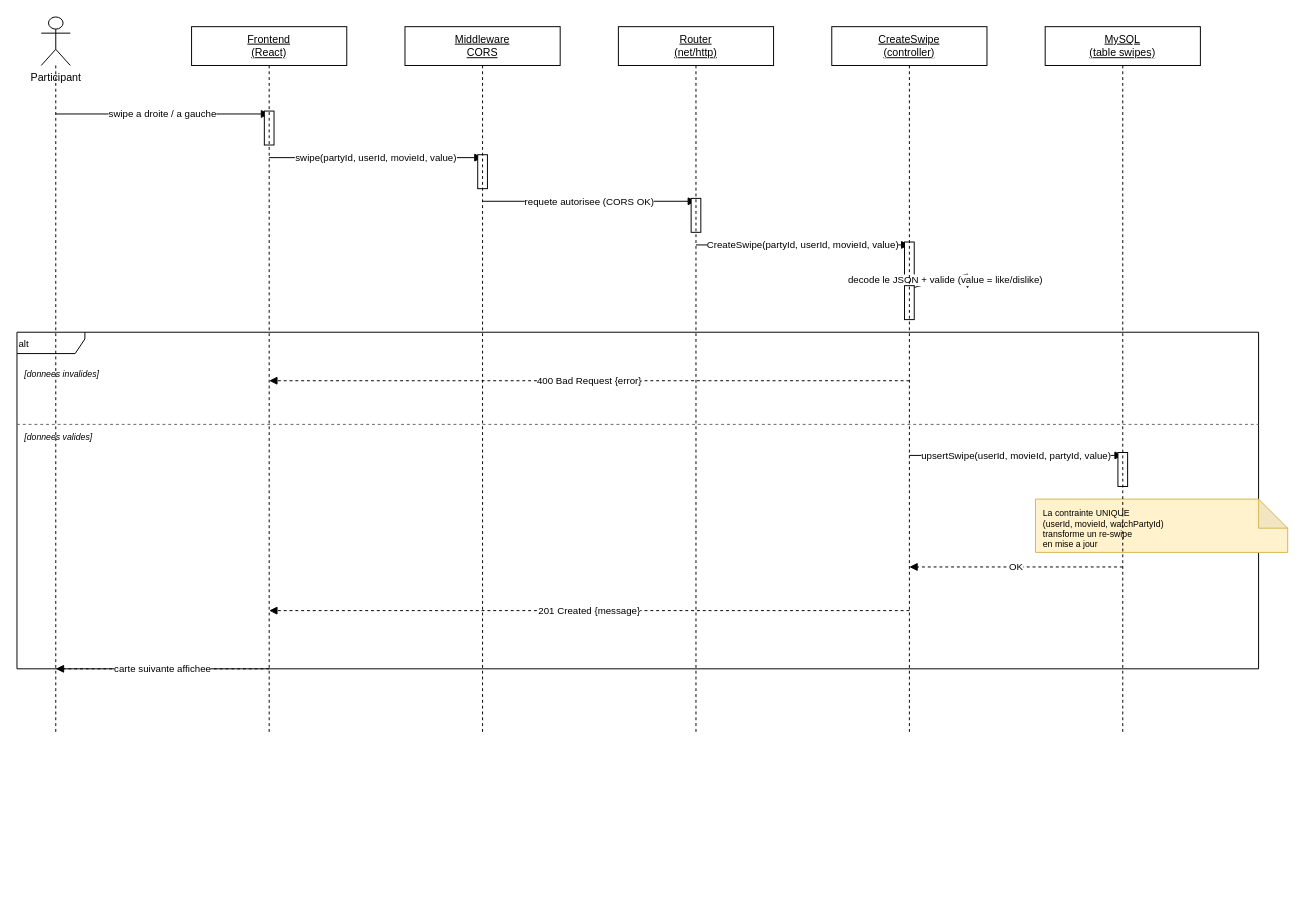
Before: docs/uml/drawio/sequence_swipe.drawio in fatymut/watchparty, a draw.io diagram. Source tidied: cells renumbered, new cells numbered last; positions are measured from the earlier drawing's top-left corner, leaving out a move shared by most shapes. Both pictures are drawn from the tidied source at 97%, with x=0, y=0 at pixel (16, 16).
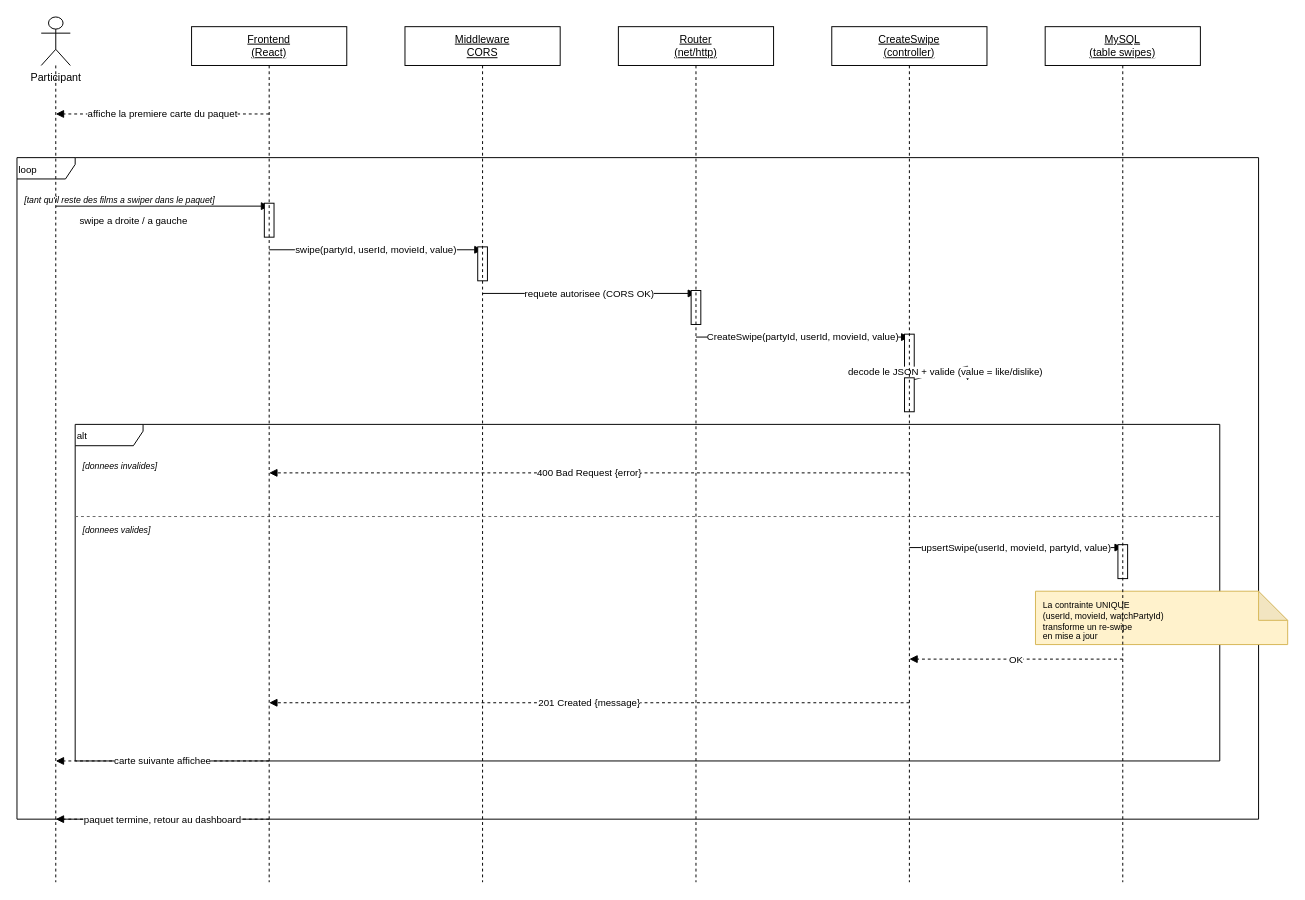
Above is the later version.

Diff of the diagram source:
```diff
@@
-    <mxCell id="8" value="swipe a droite / a gauche" style="html=1;endArrow=block;endFill=1;fontSize=10;" parent="1" edge="1">
+    <mxCell id="8" value="affiche la premiere carte du paquet" style="html=1;endArrow=block;endFill=1;fontSize=10;dashed=1;" parent="1" edge="1">
       <mxGeometry relative="1" as="geometry">
-        <mxPoint x="40" y="100" as="sourcePoint" />
-        <mxPoint x="260" y="100" as="targetPoint" />
+        <mxPoint x="260" y="100" as="sourcePoint" />
+        <mxPoint x="40" y="100" as="targetPoint" />
       </mxGeometry>
     </mxCell>
-    <mxCell id="9" style="html=1;whiteSpace=wrap;fillColor=#ffffff;strokeColor=#000000;" parent="1" vertex="1">
-      <mxGeometry x="255" y="97" width="10" height="35" as="geometry" />
+    <mxCell id="9" value="loop" style="shape=umlFrame;whiteSpace=wrap;html=1;fillColor=none;fontSize=10;align=left;verticalAlign=top;width=60;height=22;" parent="1" vertex="1">
+      <mxGeometry y="145" width="1280" height="682" as="geometry" />
     </mxCell>
-    <mxCell id="10" value="swipe(partyId, userId, movieId, value)" style="html=1;endArrow=block;endFill=1;fontSize=10;" parent="1" edge="1">
-      <mxGeometry relative="1" as="geometry">
-        <mxPoint x="260" y="145" as="sourcePoint" />
-        <mxPoint x="480" y="145" as="targetPoint" />
-      </mxGeometry>
+    <mxCell id="10" value="[tant qu'il reste des films a swiper dans le paquet]" style="text;html=1;fontStyle=2;fontSize=9;align=left;verticalAlign=top;" parent="1" vertex="1">
+      <mxGeometry x="6" y="177" width="400" height="16" as="geometry" />
     </mxCell>
-    <mxCell id="11" style="html=1;whiteSpace=wrap;fillColor=#ffffff;strokeColor=#000000;" parent="1" vertex="1">
-      <mxGeometry x="475" y="142" width="10" height="35" as="geometry" />
+    <mxCell id="11" value="swipe a droite / a gauche" style="html=1;endArrow=block;endFill=1;fontSize=10;" parent="1" edge="1">
+      <mxGeometry x="-0.27" y="-15" relative="1" as="geometry">
+        <mxPoint x="40" y="195" as="sourcePoint" />
+        <mxPoint x="260" y="195" as="targetPoint" />
+      </mxGeometry>
     </mxCell>
-    <mxCell id="12" value="requete autorisee (CORS OK)" style="html=1;endArrow=block;endFill=1;fontSize=10;" parent="1" edge="1">
-      <mxGeometry relative="1" as="geometry">
-        <mxPoint x="480" y="190" as="sourcePoint" />
-        <mxPoint x="700" y="190" as="targetPoint" />
-      </mxGeometry>
+    <mxCell id="12" style="html=1;whiteSpace=wrap;fillColor=#ffffff;strokeColor=#000000;" parent="1" vertex="1">
+      <mxGeometry x="255" y="192" width="10" height="35" as="geometry" />
     </mxCell>
-    <mxCell id="13" style="html=1;whiteSpace=wrap;fillColor=#ffffff;strokeColor=#000000;" parent="1" vertex="1">
-      <mxGeometry x="695" y="187" width="10" height="35" as="geometry" />
+    <mxCell id="13" value="swipe(partyId, userId, movieId, value)" style="html=1;endArrow=block;endFill=1;fontSize=10;" parent="1" edge="1">
+      <mxGeometry relative="1" as="geometry">
+        <mxPoint x="260" y="240" as="sourcePoint" />
+        <mxPoint x="480" y="240" as="targetPoint" />
+      </mxGeometry>
     </mxCell>
-    <mxCell id="14" value="CreateSwipe(partyId, userId, movieId, value)" style="html=1;endArrow=block;endFill=1;fontSize=10;" parent="1" edge="1">
-      <mxGeometry relative="1" as="geometry">
-        <mxPoint x="700" y="235" as="sourcePoint" />
-        <mxPoint x="920" y="235" as="targetPoint" />
-      </mxGeometry>
+    <mxCell id="14" style="html=1;whiteSpace=wrap;fillColor=#ffffff;strokeColor=#000000;" parent="1" vertex="1">
+      <mxGeometry x="475" y="237" width="10" height="35" as="geometry" />
     </mxCell>
-    <mxCell id="15" style="html=1;whiteSpace=wrap;fillColor=#ffffff;strokeColor=#000000;" parent="1" vertex="1">
-      <mxGeometry x="915" y="232" width="10" height="35" as="geometry" />
+    <mxCell id="15" value="requete autorisee (CORS OK)" style="html=1;endArrow=block;endFill=1;fontSize=10;" parent="1" edge="1">
+      <mxGeometry relative="1" as="geometry">
+        <mxPoint x="480" y="285" as="sourcePoint" />
+        <mxPoint x="700" y="285" as="targetPoint" />
+      </mxGeometry>
     </mxCell>
-    <mxCell id="16" value="decode le JSON + valide (value = like/dislike)" style="html=1;endArrow=block;endFill=1;fontSize=10;rounded=0;" parent="1" edge="1">
-      <mxGeometry relative="1" as="geometry">
-        <mxPoint x="920" y="280" as="sourcePoint" />
-        <mxPoint x="980" y="280" as="targetPoint" />
-        <Array as="points">
-          <mxPoint x="980" y="265" />
-        </Array>
-      </mxGeometry>
+    <mxCell id="16" style="html=1;whiteSpace=wrap;fillColor=#ffffff;strokeColor=#000000;" parent="1" vertex="1">
+      <mxGeometry x="695" y="282" width="10" height="35" as="geometry" />
     </mxCell>
-    <mxCell id="17" style="html=1;whiteSpace=wrap;fillColor=#ffffff;strokeColor=#000000;" parent="1" vertex="1">
-      <mxGeometry x="915" y="277" width="10" height="35" as="geometry" />
+    <mxCell id="17" value="CreateSwipe(partyId, userId, movieId, value)" style="html=1;endArrow=block;endFill=1;fontSize=10;" parent="1" edge="1">
+      <mxGeometry relative="1" as="geometry">
+        <mxPoint x="700" y="330" as="sourcePoint" />
+        <mxPoint x="920" y="330" as="targetPoint" />
+      </mxGeometry>
     </mxCell>
-    <mxCell id="18" value="alt" style="shape=umlFrame;whiteSpace=wrap;html=1;fillColor=none;fontSize=10;align=left;verticalAlign=top;width=70;height=22;" parent="1" vertex="1">
-      <mxGeometry y="325" width="1280" height="347" as="geometry" />
+    <mxCell id="18" style="html=1;whiteSpace=wrap;fillColor=#ffffff;strokeColor=#000000;" parent="1" vertex="1">
+      <mxGeometry x="915" y="327" width="10" height="35" as="geometry" />
     </mxCell>
-    <mxCell id="19" value="[donnees invalides]" style="text;html=1;fontStyle=2;fontSize=9;align=left;verticalAlign=top;" parent="1" vertex="1">
-      <mxGeometry x="6" y="357" width="400" height="16" as="geometry" />
+    <mxCell id="19" value="decode le JSON + valide (value = like/dislike)" style="html=1;endArrow=block;endFill=1;fontSize=10;rounded=0;" parent="1" edge="1">
+      <mxGeometry relative="1" as="geometry">
+        <mxPoint x="920" y="375" as="sourcePoint" />
+        <mxPoint x="980" y="375" as="targetPoint" />
+        <Array as="points">
+          <mxPoint x="980" y="360" />
+        </Array>
+      </mxGeometry>
     </mxCell>
-    <mxCell id="20" value="400 Bad Request {error}" style="html=1;endArrow=block;endFill=1;fontSize=10;dashed=1;" parent="1" edge="1">
-      <mxGeometry relative="1" as="geometry">
-        <mxPoint x="920" y="375" as="sourcePoint" />
-        <mxPoint x="260" y="375" as="targetPoint" />
-      </mxGeometry>
+    <mxCell id="20" style="html=1;whiteSpace=wrap;fillColor=#ffffff;strokeColor=#000000;" parent="1" vertex="1">
+      <mxGeometry x="915" y="372" width="10" height="35" as="geometry" />
     </mxCell>
-    <mxCell id="21" style="html=1;endArrow=none;startArrow=none;dashed=1;strokeColor=#666666;" parent="1" edge="1">
-      <mxGeometry relative="1" as="geometry">
-        <mxPoint y="420" as="sourcePoint" />
-        <mxPoint x="1280" y="420" as="targetPoint" />
-      </mxGeometry>
+    <mxCell id="21" value="alt" style="shape=umlFrame;whiteSpace=wrap;html=1;fillColor=none;fontSize=10;align=left;verticalAlign=top;width=70;height=22;" parent="1" vertex="1">
+      <mxGeometry x="60" y="420" width="1180" height="347" as="geometry" />
     </mxCell>
-    <mxCell id="22" value="[donnees valides]" style="text;html=1;fontStyle=2;fontSize=9;align=left;verticalAlign=top;" parent="1" vertex="1">
-      <mxGeometry x="6" y="422" width="1268" height="16" as="geometry" />
+    <mxCell id="22" value="[donnees invalides]" style="text;html=1;fontStyle=2;fontSize=9;align=left;verticalAlign=top;" parent="1" vertex="1">
+      <mxGeometry x="66" y="452" width="400" height="16" as="geometry" />
     </mxCell>
-    <mxCell id="23" value="upsertSwipe(userId, movieId, partyId, value)" style="html=1;endArrow=block;endFill=1;fontSize=10;" parent="1" edge="1">
+    <mxCell id="23" value="400 Bad Request {error}" style="html=1;endArrow=block;endFill=1;fontSize=10;dashed=1;" parent="1" edge="1">
       <mxGeometry relative="1" as="geometry">
-        <mxPoint x="920" y="452" as="sourcePoint" />
-        <mxPoint x="1140" y="452" as="targetPoint" />
+        <mxPoint x="920" y="470" as="sourcePoint" />
+        <mxPoint x="260" y="470" as="targetPoint" />
       </mxGeometry>
     </mxCell>
-    <mxCell id="24" style="html=1;whiteSpace=wrap;fillColor=#ffffff;strokeColor=#000000;" parent="1" vertex="1">
-      <mxGeometry x="1135" y="449" width="10" height="35" as="geometry" />
+    <mxCell id="24" style="html=1;endArrow=none;startArrow=none;dashed=1;strokeColor=#666666;" parent="1" edge="1">
+      <mxGeometry relative="1" as="geometry">
+        <mxPoint x="60" y="515" as="sourcePoint" />
+        <mxPoint x="1240" y="515" as="targetPoint" />
+      </mxGeometry>
     </mxCell>
-    <mxCell id="25" value="La contrainte UNIQUE&#10;(userId, movieId, watchPartyId)&#10;transforme un re-swipe&#10;en mise a jour" style="shape=note;whiteSpace=wrap;html=1;backgroundOutline=1;darkOpacity=0.05;fillColor=#fff2cc;strokeColor=#d6b656;align=left;spacingLeft=6;spacingTop=6;fontSize=9;" parent="1" vertex="1">
-      <mxGeometry x="1050" y="497" width="260" height="55" as="geometry" />
+    <mxCell id="25" value="[donnees valides]" style="text;html=1;fontStyle=2;fontSize=9;align=left;verticalAlign=top;" parent="1" vertex="1">
+      <mxGeometry x="66" y="517" width="1168" height="16" as="geometry" />
     </mxCell>
-    <mxCell id="26" value="OK" style="html=1;endArrow=block;endFill=1;fontSize=10;dashed=1;" parent="1" edge="1">
+    <mxCell id="26" value="upsertSwipe(userId, movieId, partyId, value)" style="html=1;endArrow=block;endFill=1;fontSize=10;" parent="1" edge="1">
       <mxGeometry relative="1" as="geometry">
-        <mxPoint x="1140" y="567" as="sourcePoint" />
-        <mxPoint x="920" y="567" as="targetPoint" />
+        <mxPoint x="920" y="547" as="sourcePoint" />
+        <mxPoint x="1140" y="547" as="targetPoint" />
       </mxGeometry>
     </mxCell>
-    <mxCell id="27" value="201 Created {message}" style="html=1;endArrow=block;endFill=1;fontSize=10;dashed=1;" parent="1" edge="1">
-      <mxGeometry relative="1" as="geometry">
-        <mxPoint x="920" y="612" as="sourcePoint" />
-        <mxPoint x="260" y="612" as="targetPoint" />
-      </mxGeometry>
+    <mxCell id="27" style="html=1;whiteSpace=wrap;fillColor=#ffffff;strokeColor=#000000;" parent="1" vertex="1">
+      <mxGeometry x="1135" y="544" width="10" height="35" as="geometry" />
     </mxCell>
-    <mxCell id="28" value="carte suivante affichee" style="html=1;endArrow=block;endFill=1;fontSize=10;dashed=1;" parent="1" edge="1">
-      <mxGeometry relative="1" as="geometry">
-        <mxPoint x="260" y="672" as="sourcePoint" />
-        <mxPoint x="40" y="672" as="targetPoint" />
-      </mxGeometry>
+    <mxCell id="28" value="La contrainte UNIQUE&#10;(userId, movieId, watchPartyId)&#10;transforme un re-swipe&#10;en mise a jour" style="shape=note;whiteSpace=wrap;html=1;backgroundOutline=1;darkOpacity=0.05;fillColor=#fff2cc;strokeColor=#d6b656;align=left;spacingLeft=6;spacingTop=6;fontSize=9;" parent="1" vertex="1">
+      <mxGeometry x="1050" y="592" width="260" height="55" as="geometry" />
     </mxCell>
-    <mxCell id="29" style="html=1;endArrow=none;startArrow=none;dashed=1;strokeColor=#000000;" parent="1" edge="1">
+    <mxCell id="29" value="OK" style="html=1;endArrow=block;endFill=1;fontSize=10;dashed=1;" parent="1" edge="1">
       <mxGeometry relative="1" as="geometry">
-        <mxPoint x="40" y="50" as="sourcePoint" />
-        <mxPoint x="40" y="737" as="targetPoint" />
+        <mxPoint x="1140" y="662" as="sourcePoint" />
+        <mxPoint x="920" y="662" as="targetPoint" />
       </mxGeometry>
     </mxCell>
-    <mxCell id="30" style="html=1;endArrow=none;startArrow=none;dashed=1;strokeColor=#000000;" parent="1" edge="1">
+    <mxCell id="30" value="201 Created {message}" style="html=1;endArrow=block;endFill=1;fontSize=10;dashed=1;" parent="1" edge="1">
       <mxGeometry relative="1" as="geometry">
-        <mxPoint x="260" y="50" as="sourcePoint" />
-        <mxPoint x="260" y="737" as="targetPoint" />
+        <mxPoint x="920" y="707" as="sourcePoint" />
+        <mxPoint x="260" y="707" as="targetPoint" />
       </mxGeometry>
     </mxCell>
-    <mxCell id="31" style="html=1;endArrow=none;startArrow=none;dashed=1;strokeColor=#000000;" parent="1" edge="1">
+    <mxCell id="31" value="carte suivante affichee" style="html=1;endArrow=block;endFill=1;fontSize=10;dashed=1;" parent="1" edge="1">
       <mxGeometry relative="1" as="geometry">
-        <mxPoint x="480" y="50" as="sourcePoint" />
-        <mxPoint x="480" y="737" as="targetPoint" />
+        <mxPoint x="260" y="767" as="sourcePoint" />
+        <mxPoint x="40" y="767" as="targetPoint" />
       </mxGeometry>
     </mxCell>
-    <mxCell id="32" style="html=1;endArrow=none;startArrow=none;dashed=1;strokeColor=#000000;" parent="1" edge="1">
+    <mxCell id="32" value="paquet termine, retour au dashboard" style="html=1;endArrow=block;endFill=1;fontSize=10;dashed=1;" parent="1" edge="1">
       <mxGeometry relative="1" as="geometry">
-        <mxPoint x="700" y="50" as="sourcePoint" />
-        <mxPoint x="700" y="737" as="targetPoint" />
+        <mxPoint x="260" y="827" as="sourcePoint" />
+        <mxPoint x="40" y="827" as="targetPoint" />
       </mxGeometry>
     </mxCell>
     <mxCell id="33" style="html=1;endArrow=none;startArrow=none;dashed=1;strokeColor=#000000;" parent="1" edge="1">
       <mxGeometry relative="1" as="geometry">
-        <mxPoint x="920" y="50" as="sourcePoint" />
-        <mxPoint x="920" y="737" as="targetPoint" />
+        <mxPoint x="40" y="50" as="sourcePoint" />
+        <mxPoint x="40" y="892" as="targetPoint" />
       </mxGeometry>
     </mxCell>
     <mxCell id="34" style="html=1;endArrow=none;startArrow=none;dashed=1;strokeColor=#000000;" parent="1" edge="1">
       <mxGeometry relative="1" as="geometry">
-        <mxPoint x="1140" y="50" as="sourcePoint" />
-        <mxPoint x="1140" y="737" as="targetPoint" />
+        <mxPoint x="260" y="50" as="sourcePoint" />
+        <mxPoint x="260" y="892" as="targetPoint" />
       </mxGeometry>
     </mxCell>
+    <mxCell id="35" style="html=1;endArrow=none;startArrow=none;dashed=1;strokeColor=#000000;" parent="1" edge="1">
+      <mxGeometry relative="1" as="geometry">
+        <mxPoint x="480" y="50" as="sourcePoint" />
+        <mxPoint x="480" y="892" as="targetPoint" />
+      </mxGeometry>
+    </mxCell>
+    <mxCell id="36" style="html=1;endArrow=none;startArrow=none;dashed=1;strokeColor=#000000;" parent="1" edge="1">
+      <mxGeometry relative="1" as="geometry">
+        <mxPoint x="700" y="50" as="sourcePoint" />
+        <mxPoint x="700" y="892" as="targetPoint" />
+      </mxGeometry>
+    </mxCell>
+    <mxCell id="37" style="html=1;endArrow=none;startArrow=none;dashed=1;strokeColor=#000000;" parent="1" edge="1">
+      <mxGeometry relative="1" as="geometry">
+        <mxPoint x="920" y="50" as="sourcePoint" />
+        <mxPoint x="920" y="892" as="targetPoint" />
+      </mxGeometry>
+    </mxCell>
+    <mxCell id="38" style="html=1;endArrow=none;startArrow=none;dashed=1;strokeColor=#000000;" parent="1" edge="1">
+      <mxGeometry relative="1" as="geometry">
+        <mxPoint x="1140" y="50" as="sourcePoint" />
+        <mxPoint x="1140" y="892" as="targetPoint" />
+      </mxGeometry>
+    </mxCell>
```
